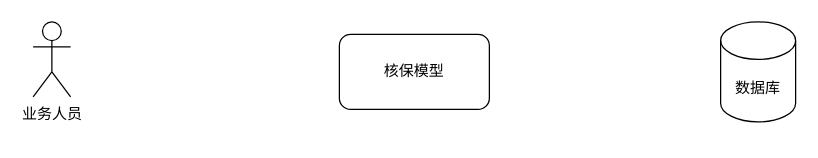
The draw.io diagram 太平/underwritting.drawio in XiaoLiuAI/diagrams, before the edit. Source tidied: cells renumbered, new cells numbered last; positions are measured from the earlier drawing's top-left corner, leaving out a move shared by most shapes. Both pictures are drawn from the tidied source at 125%, with x=0, y=0 at pixel (32, 21).
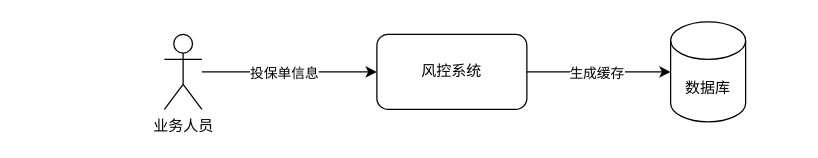
After the change.

The edit, as a diff of the source:
```diff
@@
 <mxGraphModel>
   <root>
     <mxCell id="0" />
     <mxCell id="1" parent="0" />
+    <mxCell id="5" style="edgeStyle=orthogonalEdgeStyle;rounded=0;jettySize=auto;html=1;" parent="1" edge="1" source="2" target="3">
+      <mxGeometry relative="1" as="geometry" />
+    </mxCell>
+    <mxCell id="6" value="投保单信息" style="edgeLabel;html=1;align=center;verticalAlign=middle;" parent="5" vertex="1">
+      <mxGeometry x="-0.33" relative="1" as="geometry">
+        <mxPoint x="18" as="offset" />
+      </mxGeometry>
+    </mxCell>
     <mxCell id="2" value="业务人员" style="shape=umlActor;verticalLabelPosition=bottom;verticalAlign=top;html=1;outlineConnect=0;" parent="1" vertex="1">
-      <mxGeometry width="30" height="60" as="geometry" />
+      <mxGeometry x="105" y="10" width="30" height="60" as="geometry" />
     </mxCell>
+    <mxCell id="7" style="edgeStyle=orthogonalEdgeStyle;rounded=0;jettySize=auto;html=1;" parent="1" edge="1" source="3" target="4">
+      <mxGeometry relative="1" as="geometry" />
+    </mxCell>
+    <mxCell id="8" value="生成缓存" style="edgeLabel;html=1;align=center;verticalAlign=middle;" parent="7" vertex="1">
+      <mxGeometry x="-0.48" relative="1" as="geometry">
+        <mxPoint x="25" as="offset" />
+      </mxGeometry>
+    </mxCell>
-    <mxCell id="3" value="核保模型" style="rounded=1;whiteSpace=wrap;html=1;" parent="1" vertex="1">
-      <mxGeometry x="245" y="10" width="120" height="60" as="geometry" />
+    <mxCell id="3" value="风控系统" style="rounded=1;whiteSpace=wrap;html=1;" parent="1" vertex="1">
+      <mxGeometry x="275" y="10" width="120" height="60" as="geometry" />
     </mxCell>
     <mxCell id="4" value="数据库" style="shape=cylinder3;whiteSpace=wrap;html=1;boundedLbl=1;backgroundOutline=1;size=15;" parent="1" vertex="1">
-      <mxGeometry x="550" width="60" height="80" as="geometry" />
+      <mxGeometry x="510" width="60" height="80" as="geometry" />
     </mxCell>
   </root>
 </mxGraphModel>
```
